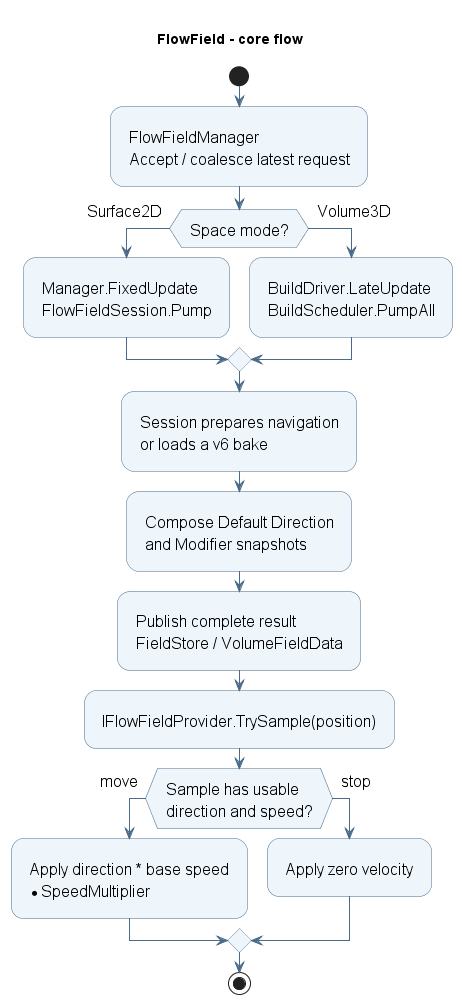
Earlier version of the PlantUML export ToyProject/Assets/_FlowField/Docs/Images/flowfield-uml.png (youwonsock/tool-unity-editor).
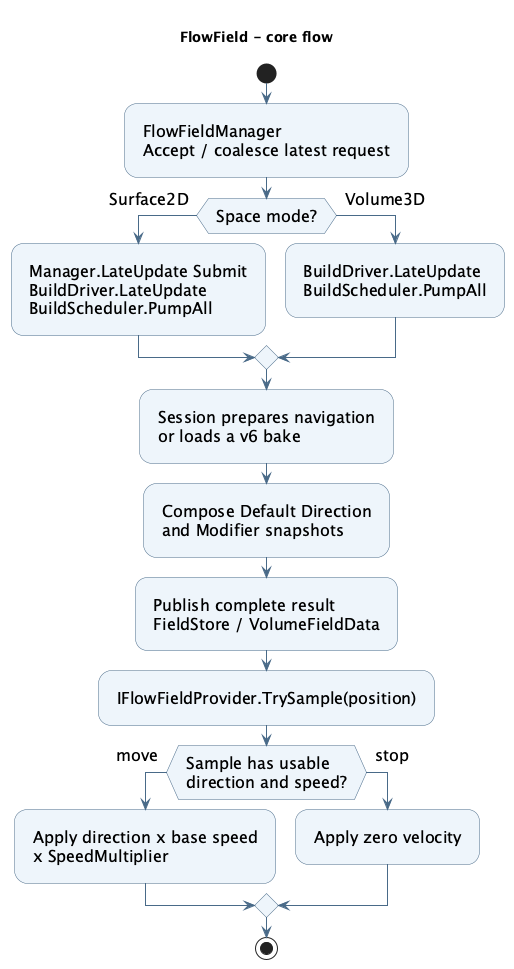
After the commit.

Commit message:
FlowField: UML 이미지를 다시 렌더하고 카메라 확인 결과를 기록

Change to the diagram source:
```diff
@@ -11,7 +11,7 @@
 start
 :FlowFieldManager\nAccept / coalesce latest request;
 if (Space mode?) then (Surface2D)
-  :Manager.FixedUpdate\nFlowFieldSession.Pump;
+  :Manager.LateUpdate Submit\nBuildDriver.LateUpdate\nBuildScheduler.PumpAll;
 else (Volume3D)
   :BuildDriver.LateUpdate\nBuildScheduler.PumpAll;
 endif
@@ -20,7 +20,7 @@
 :Publish complete result\nFieldStore / VolumeFieldData;
 :IFlowFieldProvider.TrySample(position);
 if (Sample has usable\ndirection and speed?) then (move)
-  :Apply direction * base speed\n* SpeedMultiplier;
+  :Apply direction x base speed\nx SpeedMultiplier;
 else (stop)
   :Apply zero velocity;
 endif
```
